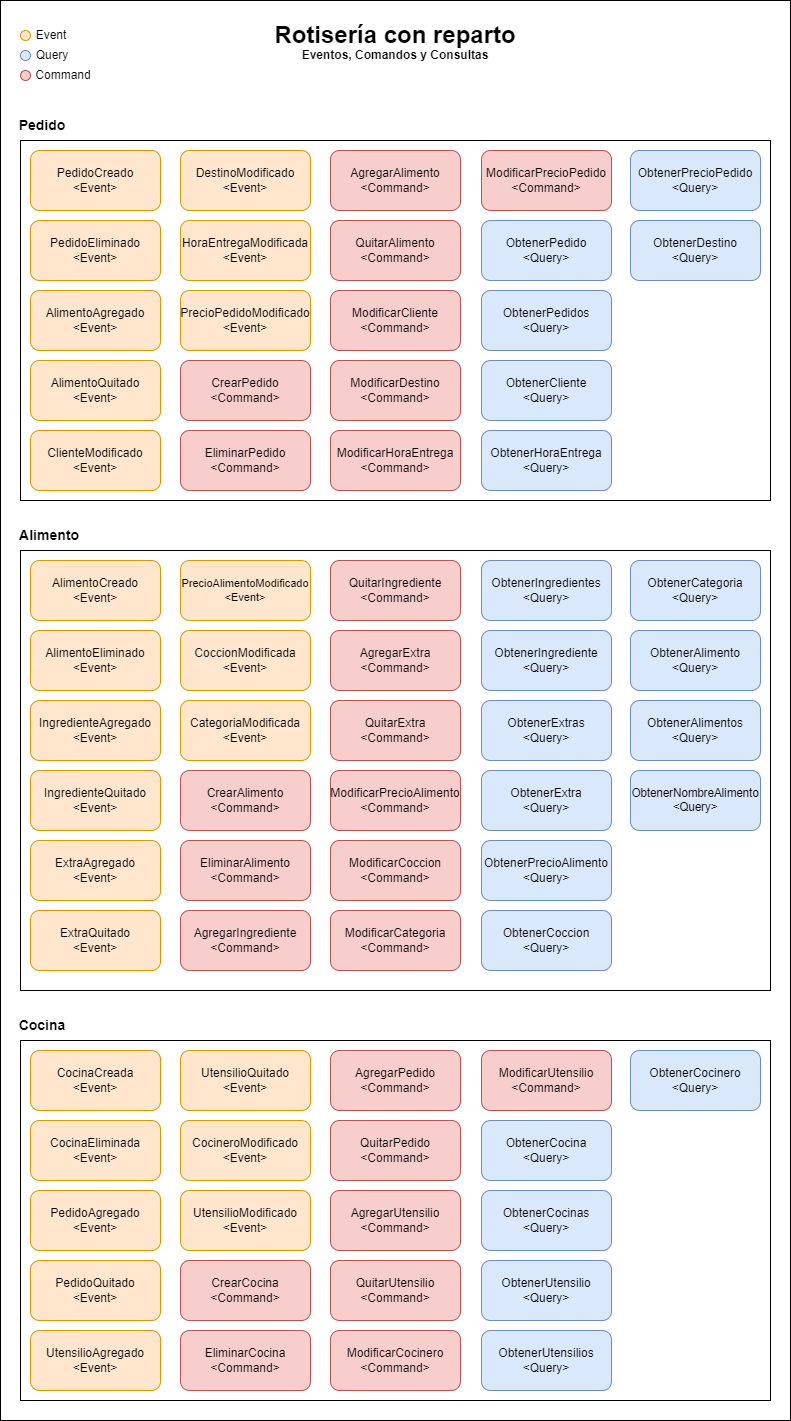
Earlier version of the draw.io export Modelo/ModeloRotiseriaDDD-Eventos-Comandos-Consultas.drawio.png (collazomathias/Rotiseria). Source tidied: cells renumbered, new cells last; positions are measured from the earlier drawing's top-left corner, leaving out a move shared by most shapes.
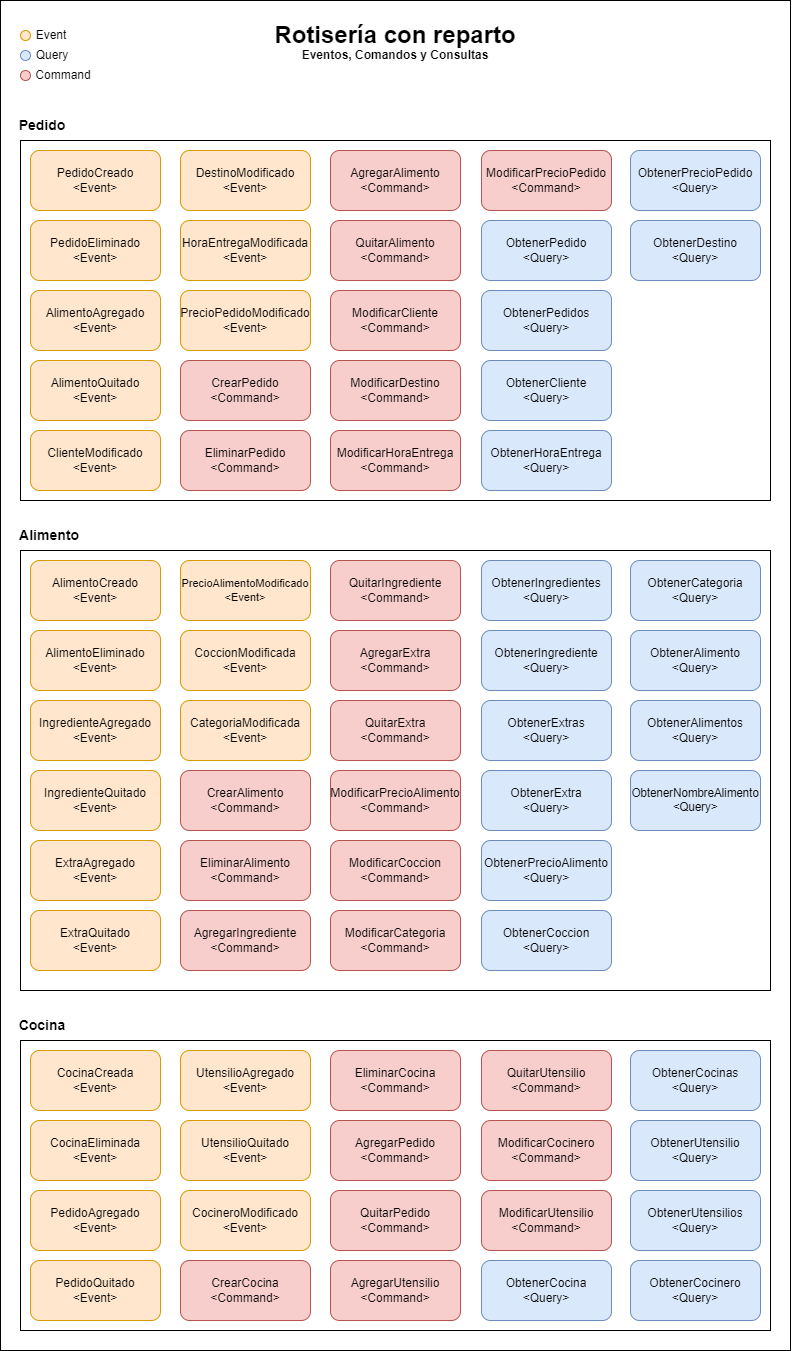
Later version of the same file.

The edit, as a diff of the source:
```diff
@@ -3,7 +3,7 @@
     <mxCell id="0" />
     <mxCell id="1" parent="0" />
     <mxCell id="2" style="rounded=0;whiteSpace=wrap;html=1;fontSize=7;" parent="1" vertex="1">
-      <mxGeometry width="790" height="1420" as="geometry" />
+      <mxGeometry width="790" height="1350" as="geometry" />
     </mxCell>
     <mxCell id="3" style="rounded=0;whiteSpace=wrap;html=1;fontSize=7;" parent="1" vertex="1">
       <mxGeometry x="20" y="140" width="750" height="360" as="geometry" />
@@ -159,7 +159,7 @@
       <mxGeometry x="481" y="700" width="130" height="60" as="geometry" />
     </mxCell>
     <mxCell id="54" style="rounded=0;whiteSpace=wrap;html=1;fontSize=7;" parent="1" vertex="1">
-      <mxGeometry x="20" y="1040" width="750" height="360" as="geometry" />
+      <mxGeometry x="20" y="1040" width="750" height="290" as="geometry" />
     </mxCell>
     <mxCell id="55" value="&lt;h1&gt;Cocina&lt;/h1&gt;" style="text;html=1;strokeColor=none;fillColor=none;align=center;verticalAlign=middle;whiteSpace=wrap;rounded=0;fontSize=7;" parent="1" vertex="1">
       <mxGeometry x="17" y="1010" width="50" height="30" as="geometry" />
@@ -170,14 +170,11 @@
     <mxCell id="57" value="&lt;font style=&quot;font-size: 12px&quot;&gt;PedidoAgregado&lt;br&gt;&amp;lt;Event&amp;gt;&lt;br&gt;&lt;/font&gt;" style="rounded=1;whiteSpace=wrap;html=1;fontSize=7;fillColor=#ffe6cc;strokeColor=#d79b00;" parent="1" vertex="1">
       <mxGeometry x="30" y="1190" width="130" height="60" as="geometry" />
     </mxCell>
-    <mxCell id="58" value="&lt;font style=&quot;font-size: 12px&quot;&gt;UtensilioModificado&lt;br&gt;&amp;lt;Event&amp;gt;&lt;br&gt;&lt;/font&gt;" style="rounded=1;whiteSpace=wrap;html=1;fontSize=7;fillColor=#ffe6cc;strokeColor=#d79b00;" parent="1" vertex="1">
-      <mxGeometry x="180" y="1190" width="130" height="60" as="geometry" />
-    </mxCell>
     <mxCell id="59" value="&lt;font style=&quot;font-size: 12px&quot;&gt;CocineroModificado&lt;br&gt;&amp;lt;Event&amp;gt;&lt;br&gt;&lt;/font&gt;" style="rounded=1;whiteSpace=wrap;html=1;fontSize=7;fillColor=#ffe6cc;strokeColor=#d79b00;" parent="1" vertex="1">
-      <mxGeometry x="180" y="1120" width="130" height="60" as="geometry" />
+      <mxGeometry x="180" y="1190" width="130" height="60" as="geometry" />
     </mxCell>
     <mxCell id="60" value="&lt;font style=&quot;font-size: 12px&quot;&gt;UtensilioAgregado&lt;br&gt;&amp;lt;Event&amp;gt;&lt;br&gt;&lt;/font&gt;" style="rounded=1;whiteSpace=wrap;html=1;fontSize=7;fillColor=#ffe6cc;strokeColor=#d79b00;" parent="1" vertex="1">
-      <mxGeometry x="30" y="1330" width="130" height="60" as="geometry" />
+      <mxGeometry x="180" y="1050" width="130" height="60" as="geometry" />
     </mxCell>
     <mxCell id="61" value="&lt;font style=&quot;font-size: 12px&quot;&gt;CocinaEliminada&lt;br&gt;&amp;lt;Event&amp;gt;&lt;br&gt;&lt;/font&gt;" style="rounded=1;whiteSpace=wrap;html=1;fontSize=7;fillColor=#ffe6cc;strokeColor=#d79b00;" parent="1" vertex="1">
       <mxGeometry x="30" y="1120" width="130" height="60" as="geometry" />
@@ -189,25 +186,25 @@
       <mxGeometry x="180" y="1260" width="130" height="60" as="geometry" />
     </mxCell>
     <mxCell id="64" value="&lt;font style=&quot;font-size: 12px&quot;&gt;AgregarUtensilio&lt;br&gt;&amp;lt;Command&amp;gt;&lt;br&gt;&lt;/font&gt;" style="rounded=1;whiteSpace=wrap;html=1;fontSize=7;fillColor=#f8cecc;strokeColor=#b85450;" parent="1" vertex="1">
-      <mxGeometry x="330" y="1190" width="130" height="60" as="geometry" />
+      <mxGeometry x="330" y="1260" width="130" height="60" as="geometry" />
     </mxCell>
     <mxCell id="65" value="&lt;font style=&quot;font-size: 12px&quot;&gt;QuitarUtensilio&lt;br&gt;&amp;lt;Command&amp;gt;&lt;br&gt;&lt;/font&gt;" style="rounded=1;whiteSpace=wrap;html=1;fontSize=7;fillColor=#f8cecc;strokeColor=#b85450;" parent="1" vertex="1">
-      <mxGeometry x="330" y="1260" width="130" height="60" as="geometry" />
+      <mxGeometry x="481" y="1050" width="130" height="60" as="geometry" />
     </mxCell>
     <mxCell id="66" value="&lt;font style=&quot;font-size: 12px&quot;&gt;ModificarCocinero&lt;br&gt;&amp;lt;Command&amp;gt;&lt;br&gt;&lt;/font&gt;" style="rounded=1;whiteSpace=wrap;html=1;fontSize=7;fillColor=#f8cecc;strokeColor=#b85450;" parent="1" vertex="1">
-      <mxGeometry x="330" y="1330" width="130" height="60" as="geometry" />
+      <mxGeometry x="481" y="1120" width="130" height="60" as="geometry" />
     </mxCell>
     <mxCell id="67" value="&lt;font style=&quot;font-size: 12px&quot;&gt;QuitarPedido&lt;br&gt;&amp;lt;Command&amp;gt;&lt;br&gt;&lt;/font&gt;" style="rounded=1;whiteSpace=wrap;html=1;fontSize=7;fillColor=#f8cecc;strokeColor=#b85450;" parent="1" vertex="1">
-      <mxGeometry x="330" y="1120" width="130" height="60" as="geometry" />
+      <mxGeometry x="330" y="1190" width="130" height="60" as="geometry" />
     </mxCell>
     <mxCell id="68" value="&lt;font style=&quot;font-size: 12px&quot;&gt;EliminarCocina&lt;br&gt;&amp;lt;Command&amp;gt;&lt;br&gt;&lt;/font&gt;" style="rounded=1;whiteSpace=wrap;html=1;fontSize=7;fillColor=#f8cecc;strokeColor=#b85450;" parent="1" vertex="1">
-      <mxGeometry x="180" y="1330" width="130" height="60" as="geometry" />
+      <mxGeometry x="330" y="1050" width="130" height="60" as="geometry" />
     </mxCell>
     <mxCell id="69" value="&lt;font style=&quot;font-size: 12px&quot;&gt;AgregarPedido&lt;br&gt;&amp;lt;Command&amp;gt;&lt;br&gt;&lt;/font&gt;" style="rounded=1;whiteSpace=wrap;html=1;fontSize=7;fillColor=#f8cecc;strokeColor=#b85450;" parent="1" vertex="1">
-      <mxGeometry x="330" y="1050" width="130" height="60" as="geometry" />
+      <mxGeometry x="330" y="1120" width="130" height="60" as="geometry" />
     </mxCell>
     <mxCell id="70" value="&lt;font style=&quot;font-size: 12px&quot;&gt;ObtenerCocinero&lt;br&gt;&amp;lt;Query&amp;gt;&lt;br&gt;&lt;/font&gt;" style="rounded=1;whiteSpace=wrap;html=1;fontSize=7;fillColor=#dae8fc;strokeColor=#6c8ebf;" parent="1" vertex="1">
-      <mxGeometry x="630" y="1050" width="130" height="60" as="geometry" />
+      <mxGeometry x="630" y="1260" width="130" height="60" as="geometry" />
     </mxCell>
     <mxCell id="71" value="&lt;font style=&quot;font-size: 12px&quot;&gt;CoccionModificada&lt;br&gt;&amp;lt;Event&amp;gt;&lt;br&gt;&lt;/font&gt;" style="rounded=1;whiteSpace=wrap;html=1;fontSize=7;fillColor=#ffe6cc;strokeColor=#d79b00;" parent="1" vertex="1">
       <mxGeometry x="180" y="630" width="130" height="60" as="geometry" />
@@ -222,10 +219,10 @@
       <mxGeometry x="330" y="910" width="130" height="60" as="geometry" />
     </mxCell>
     <mxCell id="75" value="&lt;font style=&quot;font-size: 12px&quot;&gt;UtensilioQuitado&lt;br&gt;&amp;lt;Event&amp;gt;&lt;br&gt;&lt;/font&gt;" style="rounded=1;whiteSpace=wrap;html=1;fontSize=7;fillColor=#ffe6cc;strokeColor=#d79b00;" parent="1" vertex="1">
-      <mxGeometry x="180" y="1050" width="130" height="60" as="geometry" />
+      <mxGeometry x="180" y="1120" width="130" height="60" as="geometry" />
     </mxCell>
     <mxCell id="76" value="&lt;font style=&quot;font-size: 12px&quot;&gt;ModificarUtensilio&lt;br&gt;&amp;lt;Command&amp;gt;&lt;br&gt;&lt;/font&gt;" style="rounded=1;whiteSpace=wrap;html=1;fontSize=7;fillColor=#f8cecc;strokeColor=#b85450;" parent="1" vertex="1">
-      <mxGeometry x="481" y="1050" width="130" height="60" as="geometry" />
+      <mxGeometry x="481" y="1190" width="130" height="60" as="geometry" />
     </mxCell>
     <mxCell id="77" value="&lt;font style=&quot;font-size: 12px&quot;&gt;ObtenerPrecioAlimento&lt;br&gt;&amp;lt;Query&amp;gt;&lt;br&gt;&lt;/font&gt;" style="rounded=1;whiteSpace=wrap;html=1;fontSize=7;fillColor=#dae8fc;strokeColor=#6c8ebf;" parent="1" vertex="1">
       <mxGeometry x="481" y="840" width="130" height="60" as="geometry" />
@@ -246,16 +243,16 @@
       <mxGeometry x="630" y="220" width="130" height="60" as="geometry" />
     </mxCell>
     <mxCell id="83" value="&lt;font style=&quot;font-size: 12px&quot;&gt;ObtenerCocina&lt;br&gt;&amp;lt;Query&amp;gt;&lt;br&gt;&lt;/font&gt;" style="rounded=1;whiteSpace=wrap;html=1;fontSize=7;fillColor=#dae8fc;strokeColor=#6c8ebf;" parent="1" vertex="1">
-      <mxGeometry x="481" y="1120" width="130" height="60" as="geometry" />
+      <mxGeometry x="481" y="1260" width="130" height="60" as="geometry" />
     </mxCell>
     <mxCell id="84" value="&lt;font style=&quot;font-size: 12px&quot;&gt;ObtenerCocinas&lt;br&gt;&amp;lt;Query&amp;gt;&lt;br&gt;&lt;/font&gt;" style="rounded=1;whiteSpace=wrap;html=1;fontSize=7;fillColor=#dae8fc;strokeColor=#6c8ebf;" parent="1" vertex="1">
-      <mxGeometry x="481" y="1190" width="130" height="60" as="geometry" />
+      <mxGeometry x="630" y="1050" width="130" height="60" as="geometry" />
     </mxCell>
     <mxCell id="85" value="&lt;font style=&quot;font-size: 12px&quot;&gt;ObtenerUtensilio&lt;br&gt;&amp;lt;Query&amp;gt;&lt;br&gt;&lt;/font&gt;" style="rounded=1;whiteSpace=wrap;html=1;fontSize=7;fillColor=#dae8fc;strokeColor=#6c8ebf;" parent="1" vertex="1">
-      <mxGeometry x="481" y="1260" width="130" height="60" as="geometry" />
+      <mxGeometry x="630" y="1120" width="130" height="60" as="geometry" />
     </mxCell>
     <mxCell id="86" value="&lt;font style=&quot;font-size: 12px&quot;&gt;ObtenerUtensilios&lt;br&gt;&amp;lt;Query&amp;gt;&lt;br&gt;&lt;/font&gt;" style="rounded=1;whiteSpace=wrap;html=1;fontSize=7;fillColor=#dae8fc;strokeColor=#6c8ebf;" parent="1" vertex="1">
-      <mxGeometry x="481" y="1330" width="130" height="60" as="geometry" />
+      <mxGeometry x="630" y="1190" width="130" height="60" as="geometry" />
     </mxCell>
     <mxCell id="87" value="&lt;font style=&quot;font-size: 11.5px&quot;&gt;ObtenerNombreAlimento&lt;br&gt;&amp;lt;Query&amp;gt;&lt;br&gt;&lt;/font&gt;" style="rounded=1;whiteSpace=wrap;html=1;fontSize=7;fillColor=#dae8fc;strokeColor=#6c8ebf;" parent="1" vertex="1">
       <mxGeometry x="630" y="770" width="130" height="60" as="geometry" />
```
